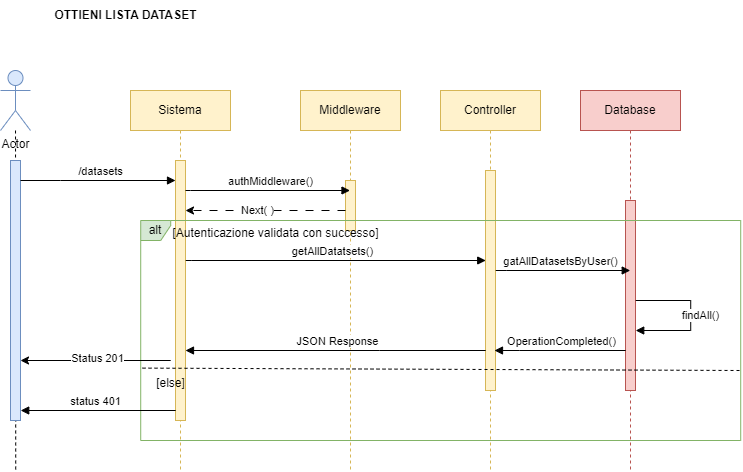
Above: diagrammi/ottieniListaDataset.png in LauraFe01/Inference-Management-System (draw.io), before the change. Source tidied: cells renumbered, new cells last; positions are measured from the earlier drawing's top-left corner, leaving out a move shared by most shapes.
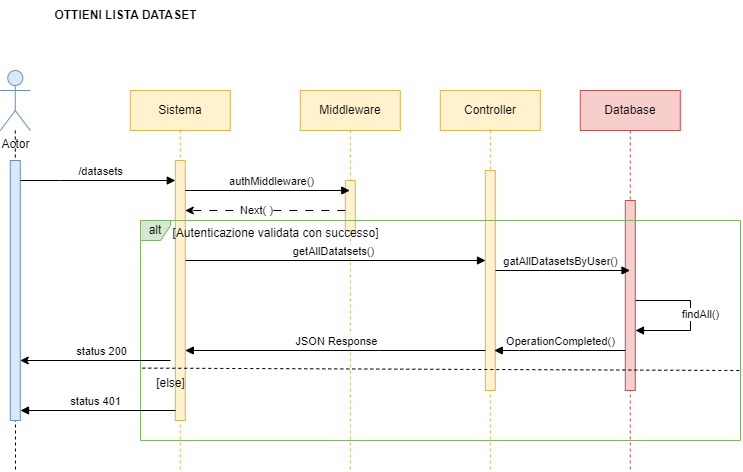
Later version of the same file.

Diff of the diagram source:
```diff
@@ -11,17 +11,17 @@
     <mxCell id="4" style="html=1;points=[];perimeter=orthogonalPerimeter;outlineConnect=0;targetShapes=umlLifeline;portConstraint=eastwest;newEdgeStyle={&quot;edgeStyle&quot;:&quot;elbowEdgeStyle&quot;,&quot;elbow&quot;:&quot;vertical&quot;,&quot;curved&quot;:0,&quot;rounded&quot;:0};fillColor=#fff2cc;strokeColor=#d6b656;" parent="3" vertex="1">
       <mxGeometry x="45" y="70" width="10" height="260" as="geometry" />
     </mxCell>
-    <mxCell id="5" style="rounded=0;jettySize=auto;html=1;strokeColor=default;dashed=1;endArrow=none;endFill=0;" parent="1" edge="1" source="6">
-      <mxGeometry relative="1" as="geometry">
-        <mxPoint x="125.2" y="470" as="targetPoint" />
-      </mxGeometry>
-    </mxCell>
+    <mxCell id="30" style="rounded=0;jettySize=auto;html=1;strokeColor=default;dashed=1;endArrow=none;endFill=0;" parent="1" edge="1" source="6">
+      <mxGeometry relative="1" as="geometry">
+        <mxPoint x="125.2" y="470" as="targetPoint" />
+      </mxGeometry>
+    </mxCell>
     <mxCell id="6" value="Actor" style="shape=umlActor;verticalLabelPosition=bottom;verticalAlign=top;html=1;outlineConnect=0;fillColor=#dae8fc;strokeColor=#6c8ebf;" parent="1" vertex="1">
       <mxGeometry x="110" y="70" width="30" height="60" as="geometry" />
     </mxCell>
-    <mxCell id="7" style="html=1;points=[];perimeter=orthogonalPerimeter;outlineConnect=0;targetShapes=umlLifeline;portConstraint=eastwest;newEdgeStyle={&quot;edgeStyle&quot;:&quot;elbowEdgeStyle&quot;,&quot;elbow&quot;:&quot;vertical&quot;,&quot;curved&quot;:0,&quot;rounded&quot;:0};fillColor=#dae8fc;strokeColor=#6c8ebf;" parent="1" vertex="1">
-      <mxGeometry x="120" y="160" width="10" height="260" as="geometry" />
-    </mxCell>
+    <mxCell id="31" style="html=1;points=[];perimeter=orthogonalPerimeter;outlineConnect=0;targetShapes=umlLifeline;portConstraint=eastwest;newEdgeStyle={&quot;edgeStyle&quot;:&quot;elbowEdgeStyle&quot;,&quot;elbow&quot;:&quot;vertical&quot;,&quot;curved&quot;:0,&quot;rounded&quot;:0};fillColor=#dae8fc;strokeColor=#6c8ebf;" parent="1" vertex="1">
+      <mxGeometry x="120" y="160" width="10" height="260" as="geometry" />
+    </mxCell>
     <mxCell id="8" value="/datasets" style="html=1;verticalAlign=bottom;endArrow=block;edgeStyle=elbowEdgeStyle;elbow=vertical;curved=0;rounded=0;" parent="1" edge="1" target="4">
       <mxGeometry x="0.03" relative="1" as="geometry">
         <mxPoint x="130" y="180" as="sourcePoint" />
@@ -97,20 +97,20 @@
     <mxCell id="20" value="alt" style="shape=umlFrame;whiteSpace=wrap;html=1;width=30;height=20;fillStyle=auto;fillColor=#d5e8d4;strokeColor=#82b366;" parent="1" vertex="1">
       <mxGeometry x="250.2" y="220" width="600" height="220" as="geometry" />
     </mxCell>
-    <mxCell id="21" style="endArrow=classic;html=1;rounded=0;dashed=1;dashPattern=8 8;" parent="1" edge="1">
-      <mxGeometry relative="1" as="geometry">
-        <mxPoint x="455" y="210" as="sourcePoint" />
-        <mxPoint x="295" y="210" as="targetPoint" />
-      </mxGeometry>
-    </mxCell>
+    <mxCell id="32" style="endArrow=classic;html=1;rounded=0;dashed=1;dashPattern=8 8;" parent="1" edge="1">
+      <mxGeometry relative="1" as="geometry">
+        <mxPoint x="455" y="210" as="sourcePoint" />
+        <mxPoint x="295" y="210" as="targetPoint" />
+      </mxGeometry>
+    </mxCell>
-    <mxCell id="22" value="Next( )" style="edgeLabel;html=1;align=center;verticalAlign=middle;" parent="21" vertex="1">
+    <mxCell id="22" value="Next( )" style="edgeLabel;html=1;align=center;verticalAlign=middle;" parent="32" vertex="1">
       <mxGeometry x="0.11" y="-1" relative="1" as="geometry" />
     </mxCell>
-    <mxCell id="23" style="endArrow=none;dashed=1;html=1;rounded=0;exitX=0.003;exitY=0.671;exitDx=0;exitDy=0;exitPerimeter=0;" parent="1" edge="1" source="20">
-      <mxGeometry relative="1" as="geometry">
-        <mxPoint x="850.2" y="370" as="targetPoint" />
-      </mxGeometry>
-    </mxCell>
+    <mxCell id="33" style="endArrow=none;dashed=1;html=1;rounded=0;exitX=0.003;exitY=0.671;exitDx=0;exitDy=0;exitPerimeter=0;" parent="1" edge="1" source="20">
+      <mxGeometry relative="1" as="geometry">
+        <mxPoint x="850.2" y="370" as="targetPoint" />
+      </mxGeometry>
+    </mxCell>
     <mxCell id="24" value="&lt;span style=&quot;font-weight: normal;&quot;&gt;[else]&lt;/span&gt;" style="text;align=center;fontStyle=1;verticalAlign=middle;spacingLeft=3;spacingRight=3;strokeColor=none;html=1;" parent="1" vertex="1">
       <mxGeometry x="240" y="370" width="80" height="26" as="geometry" />
     </mxCell>
@@ -137,13 +137,15 @@
         </Array>
       </mxGeometry>
     </mxCell>
-    <mxCell id="28" style="endArrow=classic;html=1;rounded=0;" parent="1" edge="1" target="7">
-      <mxGeometry relative="1" as="geometry">
-        <mxPoint x="280.2" y="360" as="sourcePoint" />
-      </mxGeometry>
-    </mxCell>
-    <mxCell id="29" value="Status 201" style="edgeLabel;html=1;align=center;verticalAlign=middle;" parent="28" vertex="1">
-      <mxGeometry y="-3" relative="1" as="geometry" />
-    </mxCell>
+    <mxCell id="34" style="endArrow=classic;html=1;rounded=0;" parent="1" edge="1" target="31">
+      <mxGeometry relative="1" as="geometry">
+        <mxPoint x="280.2" y="360" as="sourcePoint" />
+      </mxGeometry>
+    </mxCell>
+    <mxCell id="35" value="status 200" style="edgeLabel;html=1;align=center;verticalAlign=middle;" parent="34" vertex="1">
+      <mxGeometry y="-3" relative="1" as="geometry">
+        <mxPoint x="5" y="-7" as="offset" />
+      </mxGeometry>
+    </mxCell>
   </root>
 </mxGraphModel>
```
